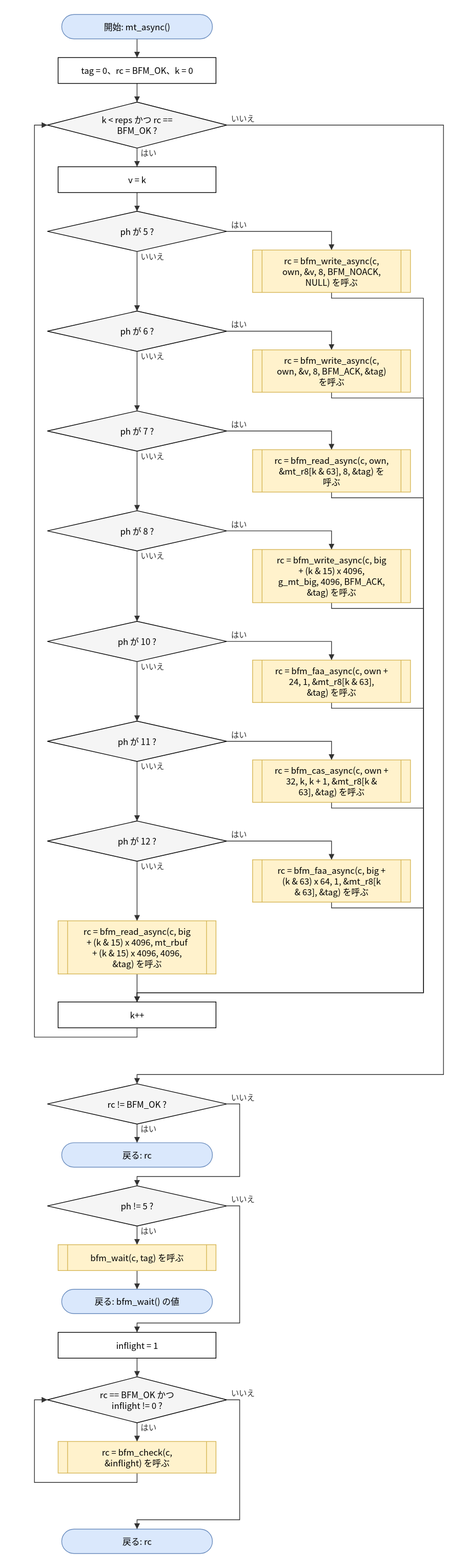
This is doc/spec/images/flow_test_bfm_test-mt_async.drawio.svg from hf355051012-ai/bfmem, a draw.io export, as it was before one commit. Source tidied: cells renumbered, new cells last; positions are measured from the earlier drawing's top-left corner, leaving out a move shared by most shapes.
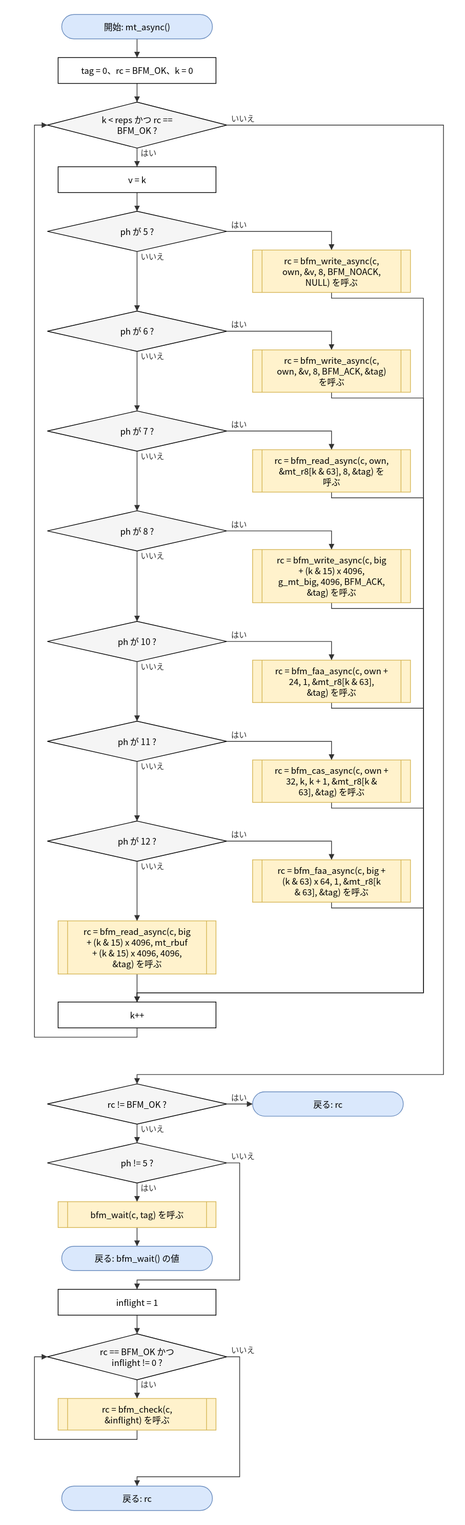
Above is the later version.

Change to the diagram source:
```diff
@@ -66,28 +66,28 @@
       <mxGeometry x="18" y="1489" width="250" height="56" as="geometry" />
     </mxCell>
     <mxCell id="23" value="戻る: rc" style="rounded=1;arcSize=50;whiteSpace=wrap;html=1;fillColor=#dae8fc;strokeColor=#6c8ebf;" parent="1" vertex="1">
-      <mxGeometry x="38" y="1571" width="210" height="34" as="geometry" />
+      <mxGeometry x="304" y="1500" width="210" height="34" as="geometry" />
     </mxCell>
     <mxCell id="24" value="ph != 5 ?" style="rhombus;whiteSpace=wrap;html=1;fillColor=#f5f5f5;" parent="1" vertex="1">
-      <mxGeometry x="18" y="1631" width="250" height="56" as="geometry" />
+      <mxGeometry x="18" y="1571" width="250" height="56" as="geometry" />
     </mxCell>
     <mxCell id="25" value="bfm_wait(c, tag) を呼ぶ" style="shape=process;whiteSpace=wrap;html=1;backgroundOutline=1;size=0.06;fillColor=#fff2cc;strokeColor=#d6b656;" parent="1" vertex="1">
-      <mxGeometry x="33" y="1713" width="220" height="36" as="geometry" />
+      <mxGeometry x="33" y="1653" width="220" height="36" as="geometry" />
     </mxCell>
     <mxCell id="26" value="戻る: bfm_wait() の値" style="rounded=1;arcSize=50;whiteSpace=wrap;html=1;fillColor=#dae8fc;strokeColor=#6c8ebf;" parent="1" vertex="1">
-      <mxGeometry x="38" y="1775" width="210" height="34" as="geometry" />
+      <mxGeometry x="38" y="1715" width="210" height="34" as="geometry" />
     </mxCell>
     <mxCell id="27" value="inflight = 1" style="rounded=0;whiteSpace=wrap;html=1;" parent="1" vertex="1">
-      <mxGeometry x="33" y="1835" width="220" height="36" as="geometry" />
+      <mxGeometry x="33" y="1775" width="220" height="36" as="geometry" />
     </mxCell>
     <mxCell id="28" value="rc == BFM_OK かつ&lt;br&gt;inflight != 0 ?" style="rhombus;whiteSpace=wrap;html=1;fillColor=#f5f5f5;" parent="1" vertex="1">
-      <mxGeometry x="18" y="1897" width="250" height="64" as="geometry" />
+      <mxGeometry x="18" y="1837" width="250" height="64" as="geometry" />
     </mxCell>
     <mxCell id="29" value="rc = bfm_check(c,&lt;br&gt;&amp;amp;inflight) を呼ぶ" style="shape=process;whiteSpace=wrap;html=1;backgroundOutline=1;size=0.06;fillColor=#fff2cc;strokeColor=#d6b656;" parent="1" vertex="1">
-      <mxGeometry x="33" y="1987" width="220" height="44" as="geometry" />
+      <mxGeometry x="33" y="1927" width="220" height="44" as="geometry" />
     </mxCell>
     <mxCell id="30" value="戻る: rc" style="rounded=1;arcSize=50;whiteSpace=wrap;html=1;fillColor=#dae8fc;strokeColor=#6c8ebf;" parent="1" vertex="1">
-      <mxGeometry x="38" y="2109" width="210" height="34" as="geometry" />
+      <mxGeometry x="38" y="2049" width="210" height="34" as="geometry" />
     </mxCell>
     <mxCell id="31" style="edgeStyle=none;html=1;rounded=0;endArrow=block;endFill=1;exitX=0.5000;exitY=1.0000;exitDx=0;exitDy=0;exitPerimeter=0;entryX=0.5000;entryY=0.0000;entryDx=0;entryDy=0;entryPerimeter=0;" parent="1" edge="1" source="2" target="3">
       <mxGeometry relative="1" as="geometry" />
@@ -262,17 +262,11 @@
         </Array>
       </mxGeometry>
     </mxCell>
-    <mxCell id="59" value="はい" style="edgeStyle=none;html=1;rounded=0;endArrow=block;endFill=1;exitX=0.5000;exitY=1.0000;exitDx=0;exitDy=0;exitPerimeter=0;entryX=0.5000;entryY=0.0000;entryDx=0;entryDy=0;entryPerimeter=0;" parent="1" edge="1" source="22" target="23">
+    <mxCell id="59" value="はい" style="edgeStyle=none;html=1;rounded=0;endArrow=block;endFill=1;exitX=1.0000;exitY=0.5000;exitDx=0;exitDy=0;exitPerimeter=0;entryX=0.0000;entryY=0.5000;entryDx=0;entryDy=0;entryPerimeter=0;" parent="1" edge="1" source="22" target="23">
       <mxGeometry relative="1" as="geometry" />
     </mxCell>
-    <mxCell id="60" value="いいえ" style="edgeStyle=none;html=1;rounded=0;endArrow=block;endFill=1;exitX=1.0000;exitY=0.5000;exitDx=0;exitDy=0;exitPerimeter=0;entryX=0.5000;entryY=0.0000;entryDx=0;entryDy=0;entryPerimeter=0;" parent="1" edge="1" source="22" target="24">
-      <mxGeometry relative="1" as="geometry">
-        <Array as="points">
-          <mxPoint x="286" y="1517" />
-          <mxPoint x="286" y="1618" />
-          <mxPoint x="143" y="1618" />
-        </Array>
-      </mxGeometry>
+    <mxCell id="60" value="いいえ" style="edgeStyle=none;html=1;rounded=0;endArrow=block;endFill=1;exitX=0.5000;exitY=1.0000;exitDx=0;exitDy=0;exitPerimeter=0;entryX=0.5000;entryY=0.0000;entryDx=0;entryDy=0;entryPerimeter=0;" parent="1" edge="1" source="22" target="24">
+      <mxGeometry relative="1" as="geometry" />
     </mxCell>
     <mxCell id="61" value="はい" style="edgeStyle=none;html=1;rounded=0;endArrow=block;endFill=1;exitX=0.5000;exitY=1.0000;exitDx=0;exitDy=0;exitPerimeter=0;entryX=0.5000;entryY=0.0000;entryDx=0;entryDy=0;entryPerimeter=0;" parent="1" edge="1" source="24" target="25">
       <mxGeometry relative="1" as="geometry" />
@@ -283,9 +277,9 @@
     <mxCell id="63" value="いいえ" style="edgeStyle=none;html=1;rounded=0;endArrow=block;endFill=1;exitX=1.0000;exitY=0.5000;exitDx=0;exitDy=0;exitPerimeter=0;entryX=0.5000;entryY=0.0000;entryDx=0;entryDy=0;entryPerimeter=0;" parent="1" edge="1" source="24" target="27">
       <mxGeometry relative="1" as="geometry">
         <Array as="points">
-          <mxPoint x="286" y="1659" />
-          <mxPoint x="286" y="1822" />
-          <mxPoint x="143" y="1822" />
+          <mxPoint x="286" y="1599" />
+          <mxPoint x="286" y="1762" />
+          <mxPoint x="143" y="1762" />
         </Array>
       </mxGeometry>
     </mxCell>
@@ -298,18 +292,18 @@
     <mxCell id="66" style="edgeStyle=none;html=1;rounded=0;endArrow=block;endFill=1;exitX=0.5000;exitY=1.0000;exitDx=0;exitDy=0;exitPerimeter=0;entryX=0.0000;entryY=0.5000;entryDx=0;entryDy=0;entryPerimeter=0;" parent="1" edge="1" source="29" target="28">
       <mxGeometry relative="1" as="geometry">
         <Array as="points">
-          <mxPoint x="143" y="2044" />
-          <mxPoint y="2044" />
-          <mxPoint y="1929" />
+          <mxPoint x="143" y="1984" />
+          <mxPoint y="1984" />
+          <mxPoint y="1869" />
         </Array>
       </mxGeometry>
     </mxCell>
     <mxCell id="67" value="いいえ" style="edgeStyle=none;html=1;rounded=0;endArrow=block;endFill=1;exitX=1.0000;exitY=0.5000;exitDx=0;exitDy=0;exitPerimeter=0;entryX=0.5000;entryY=0.0000;entryDx=0;entryDy=0;entryPerimeter=0;" parent="1" edge="1" source="28" target="30">
       <mxGeometry relative="1" as="geometry">
         <Array as="points">
-          <mxPoint x="286" y="1929" />
-          <mxPoint x="286" y="2096" />
-          <mxPoint x="143" y="2096" />
+          <mxPoint x="286" y="1869" />
+          <mxPoint x="286" y="2036" />
+          <mxPoint x="143" y="2036" />
         </Array>
       </mxGeometry>
     </mxCell>
```
